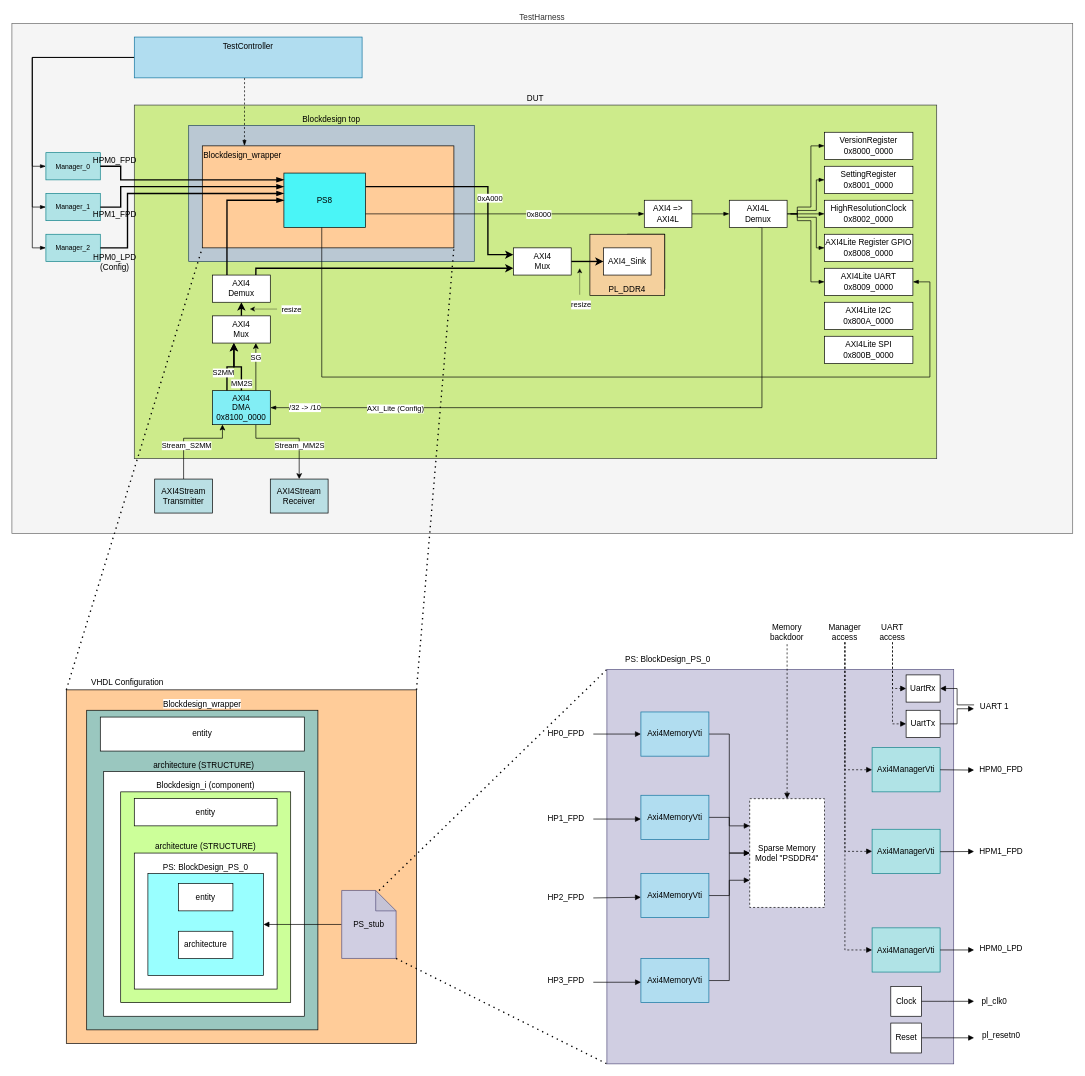
Above: page "Testbench_detailed" (2 of 3) of doc/diagrams/BlockDiagrams.drawio in Paebbels/BigDesign (draw.io), before the change. Source tidied: cells renumbered, new cells numbered last; positions are measured from the earlier drawing's top-left corner, leaving out a move shared by most shapes. Both pictures are drawn from the tidied source at 68%, with x=0, y=0 at pixel (12, 23).
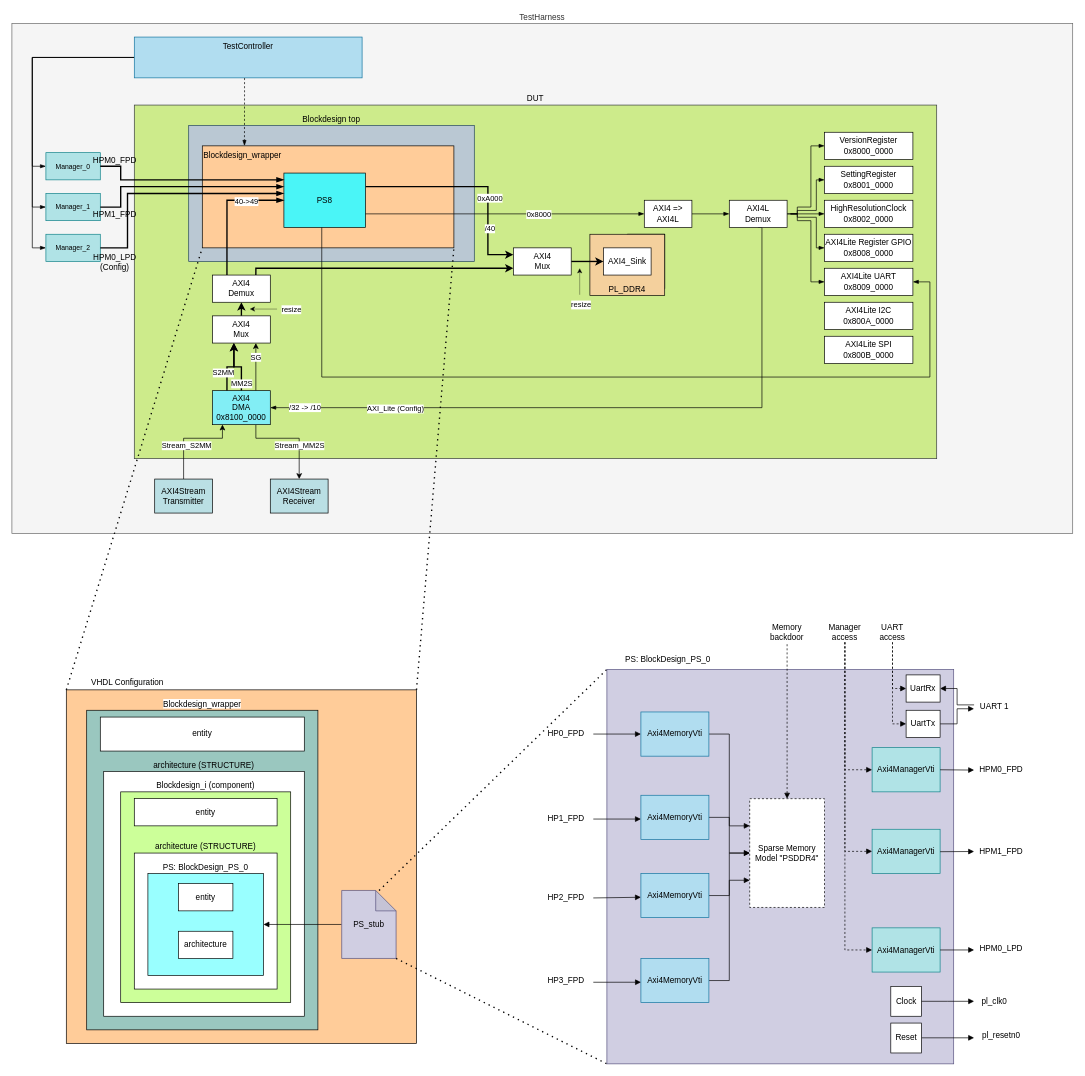
Above is the later version.

Unchanged cells that the change refers to:
```xml
<mxCell id="106" style="edgeStyle=orthogonalEdgeStyle;rounded=0;jettySize=auto;html=1;exitX=1;exitY=0.25;exitDx=0;exitDy=0;entryX=0;entryY=0.25;entryDx=0;entryDy=0;strokeWidth=2;" parent="1" edge="1" source="108" target="131">
  <mxGeometry relative="1" as="geometry">
    <Array as="points">
      <mxPoint x="700" y="240" />
      <mxPoint x="700" y="340" />
    </Array>
  </mxGeometry>
</mxCell>
<mxCell id="115" style="edgeStyle=orthogonalEdgeStyle;rounded=0;jettySize=auto;html=1;exitX=0.25;exitY=0;exitDx=0;exitDy=0;endArrow=blockThin;endFill=1;strokeWidth=2;" parent="1" edge="1" source="129">
  <mxGeometry relative="1" as="geometry">
    <mxPoint x="400" y="260" as="targetPoint" />
    <Array as="points">
      <mxPoint x="316" y="260" />
    </Array>
  </mxGeometry>
</mxCell>
```

Diff of the diagram source:
```diff
@@
+    <mxCell id="137" value="/40" style="edgeLabel;html=1;align=center;verticalAlign=middle;" parent="106" vertex="1">
+      <mxGeometry x="0.52" y="2" relative="1" as="geometry" />
+    </mxCell>
@@
+    <mxCell id="138" value="40-&amp;gt;49" style="edgeLabel;html=1;align=center;verticalAlign=middle;" parent="115" vertex="1">
+      <mxGeometry x="0.42" y="-1" relative="1" as="geometry" />
+    </mxCell>
```
